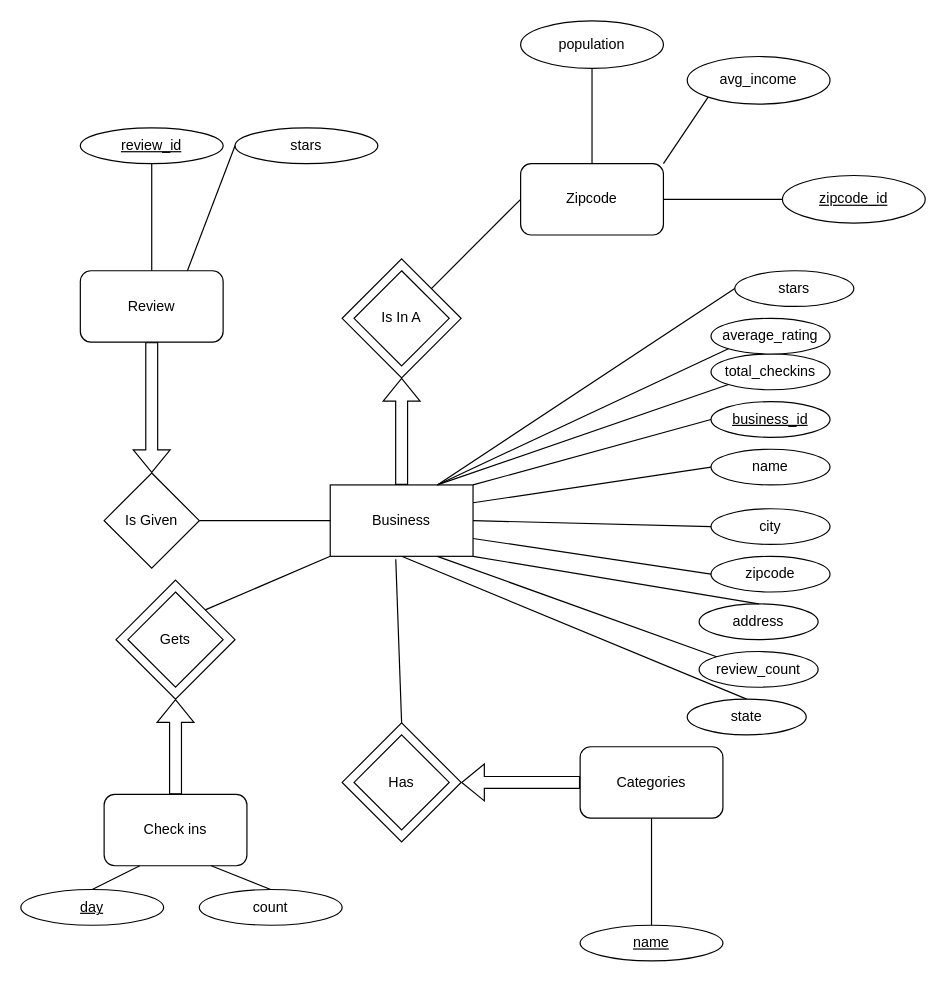
chrome213/451-Course-Project keeps this draw.io diagram as 451_Milestone_1_ER_Diagram.drawio. Above is the earlier version. Source tidied: cells renumbered, new cells numbered last; positions are measured from the earlier drawing's top-left corner, leaving out a move shared by most shapes. Both pictures are drawn from the tidied source at 119%, with x=0, y=0 at pixel (20, 20).
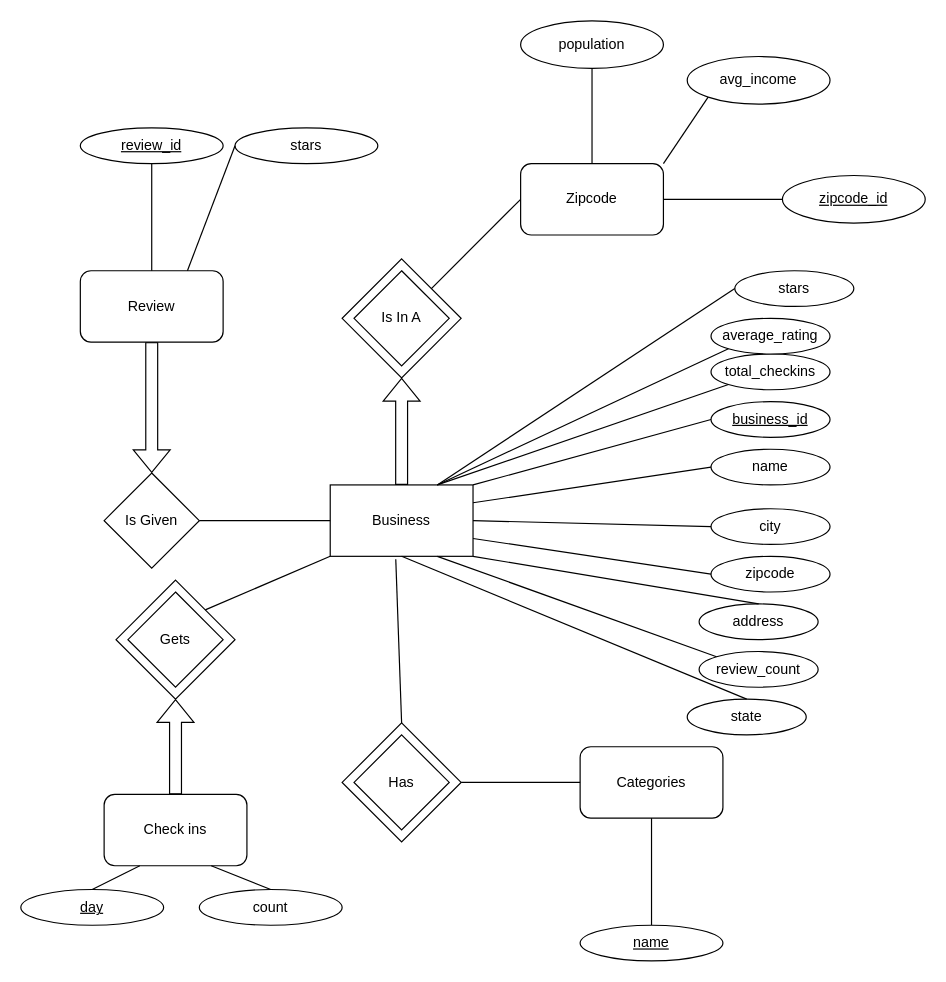
The same page after the edit.

Commit message:
Finalized ER diagram

The change refers to these unchanged cells:
```xml
<mxCell id="40" style="rhombus;whiteSpace=wrap;html=1;fillColor=none;" parent="1" vertex="1">
  <mxGeometry x="270" y="590" width="100" height="100" as="geometry" />
</mxCell>
<mxCell id="42" value="Categories" style="rounded=1;whiteSpace=wrap;html=1;" parent="1" vertex="1">
  <mxGeometry x="470" y="610" width="120" height="60" as="geometry" />
</mxCell>
```

What changed in the source:
```diff
@@
-    <mxCell id="56" style="shape=flexArrow;endArrow=classic;html=1;rounded=0;exitX=0;exitY=0.5;exitDx=0;exitDy=0;entryX=1;entryY=0.5;entryDx=0;entryDy=0;" parent="1" edge="1" source="42" target="40">
-      <mxGeometry relative="1" as="geometry" />
-    </mxCell>
@@
+    <mxCell id="58" style="endArrow=none;html=1;rounded=0;entryX=0;entryY=0.5;entryDx=0;entryDy=0;exitX=1;exitY=0.5;exitDx=0;exitDy=0;" parent="1" edge="1" source="40" target="42">
+      <mxGeometry relative="1" as="geometry" />
+    </mxCell>
```
